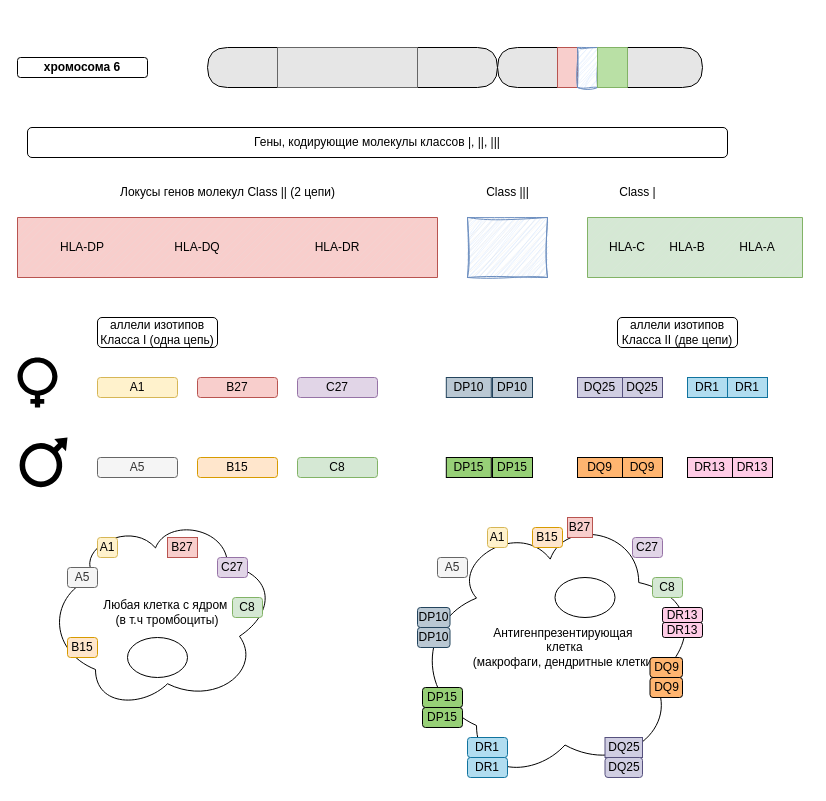
This is HLA-cells.drawio from lissa3/menubar, a draw.io file, before an edit. Source tidied: cells renumbered, new cells numbered last; positions are measured from the earlier drawing's top-left corner, leaving out a move shared by most shapes. Both pictures are drawn from the tidied source at 100%, with x=0, y=0 at pixel (17, 47).
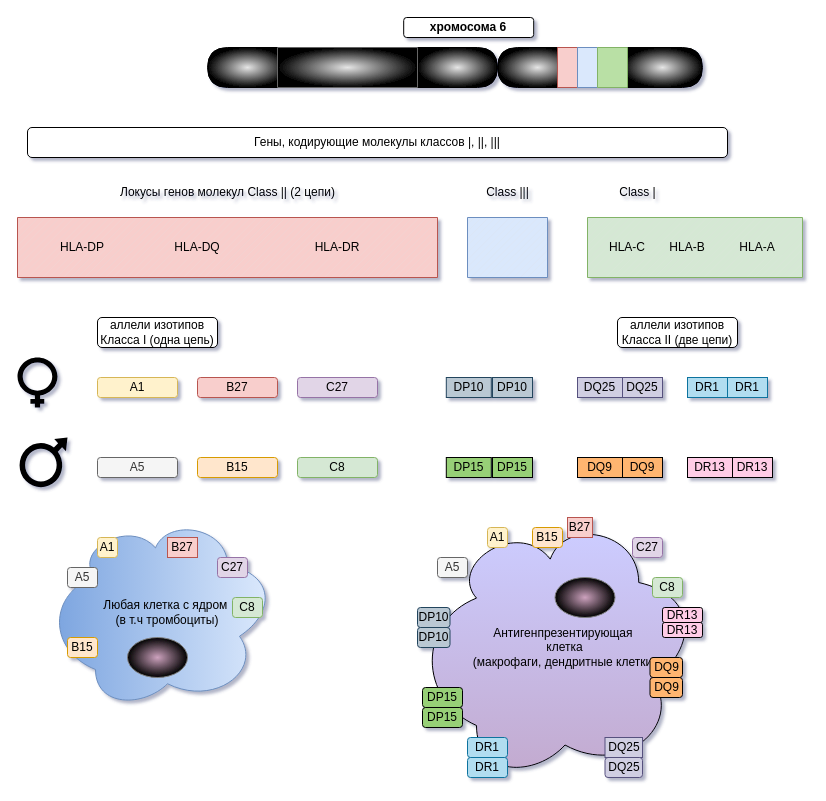
The same page after the edit.

Change to the diagram source:
```diff
@@
-<mxGraphModel>
+<mxGraphModel shadow="1">
@@
-    <mxCell id="3" style="verticalLabelPosition=bottom;verticalAlign=top;html=1;shape=mxgraph.basic.patternFillRect;fillStyle=diag;step=5;fillStrokeWidth=0.2;fillStrokeColor=#dddddd;fillColor=#dae8fc;strokeColor=#6c8ebf;gradientColor=none;sketch=1;curveFitting=1;jiggle=2;" parent="1" vertex="1">
+    <mxCell id="3" style="verticalLabelPosition=bottom;verticalAlign=top;html=1;shape=mxgraph.basic.patternFillRect;fillStyle=diag;step=5;fillStrokeWidth=0.2;fillStrokeColor=#dddddd;fillColor=#dae8fc;strokeColor=#6c8ebf;gradientColor=none;" parent="1" vertex="1">
       <mxGeometry x="450" y="170" width="80" height="60" as="geometry" />
     </mxCell>
@@
-    <mxCell id="15" style="shape=delay;whiteSpace=wrap;html=1;fillColor=#E6E6E6;" parent="1" vertex="1">
+    <mxCell id="15" style="shape=delay;whiteSpace=wrap;html=1;fillColor=#E6E6E6;gradientColor=default;gradientDirection=radial;" parent="1" vertex="1">
       <mxGeometry x="400" width="80" height="40" as="geometry" />
     </mxCell>
-    <mxCell id="16" style="shape=delay;whiteSpace=wrap;html=1;direction=west;fillColor=#E6E6E6;" parent="1" vertex="1">
+    <mxCell id="16" style="shape=delay;whiteSpace=wrap;html=1;direction=west;fillColor=#E6E6E6;gradientColor=default;gradientDirection=radial;" parent="1" vertex="1">
       <mxGeometry x="190" width="80" height="40" as="geometry" />
     </mxCell>
-    <mxCell id="17" style="verticalLabelPosition=bottom;verticalAlign=top;html=1;shape=mxgraph.basic.rect;fillColor2=none;strokeWidth=1;size=20;indent=5;fillColor=#E6E6E6;gradientColor=none;strokeColor=#666666;" parent="1" vertex="1">
+    <mxCell id="17" style="verticalLabelPosition=bottom;verticalAlign=top;html=1;shape=mxgraph.basic.rect;fillColor2=none;strokeWidth=1;size=20;indent=5;fillColor=#E6E6E6;gradientColor=default;strokeColor=#666666;gradientDirection=radial;" parent="1" vertex="1">
       <mxGeometry x="260" width="140" height="40" as="geometry" />
     </mxCell>
-    <mxCell id="18" style="shape=delay;whiteSpace=wrap;html=1;fillColor=#E6E6E6;" parent="1" vertex="1">
+    <mxCell id="18" style="shape=delay;whiteSpace=wrap;html=1;fillColor=#E6E6E6;gradientColor=default;gradientDirection=radial;" parent="1" vertex="1">
       <mxGeometry x="605" width="80" height="40" as="geometry" />
     </mxCell>
-    <mxCell id="19" style="shape=delay;whiteSpace=wrap;html=1;direction=west;fillColor=#E6E6E6;" parent="1" vertex="1">
+    <mxCell id="19" style="shape=delay;whiteSpace=wrap;html=1;direction=west;fillColor=#E6E6E6;gradientColor=default;gradientDirection=radial;" parent="1" vertex="1">
       <mxGeometry x="480" width="80" height="40" as="geometry" />
     </mxCell>
@@
-    <mxCell id="21" style="verticalLabelPosition=bottom;verticalAlign=top;html=1;shape=mxgraph.basic.rect;fillColor2=none;strokeWidth=1;size=20;indent=5;fillColor=#dae8fc;strokeColor=#6c8ebf;gradientColor=none;sketch=1;curveFitting=1;jiggle=2;" parent="1" vertex="1">
+    <mxCell id="21" style="verticalLabelPosition=bottom;verticalAlign=top;html=1;shape=mxgraph.basic.rect;fillColor2=none;strokeWidth=1;size=20;indent=5;fillColor=#dae8fc;strokeColor=#6c8ebf;gradientColor=none;" parent="1" vertex="1">
       <mxGeometry x="560" width="20" height="40" as="geometry" />
     </mxCell>
@@
-    <mxCell id="45" value="Любая клетка с ядром&amp;nbsp;&lt;div&gt;(в т.ч тромбоциты)&lt;/div&gt;" style="ellipse;shape=cloud;whiteSpace=wrap;html=1;direction=south;" parent="1" vertex="1">
+    <mxCell id="45" value="Любая клетка с ядром&amp;nbsp;&lt;div&gt;(в т.ч тромбоциты)&lt;/div&gt;" style="ellipse;shape=cloud;whiteSpace=wrap;html=1;direction=south;fillColor=#dae8fc;gradientColor=#7ea6e0;strokeColor=#6c8ebf;" parent="1" vertex="1">
       <mxGeometry x="30" y="470" width="240" height="190" as="geometry" />
     </mxCell>
     <mxCell id="46" value="&lt;b&gt;хромосома 6&lt;/b&gt;" style="whiteSpace=wrap;html=1;rounded=1;" parent="1" vertex="1">
-      <mxGeometry y="10" width="130" height="20" as="geometry" />
+      <mxGeometry x="386.2" y="-30" width="130" height="20" as="geometry" />
     </mxCell>
@@
-    <mxCell id="48" style="ellipse;whiteSpace=wrap;html=1;" parent="1" vertex="1">
+    <mxCell id="48" style="ellipse;whiteSpace=wrap;html=1;strokeColor=#808080;fillColor=#CDA2BE;gradientColor=default;gradientDirection=radial;" parent="1" vertex="1">
       <mxGeometry x="110" y="590" width="60" height="40" as="geometry" />
     </mxCell>
@@
-    <mxCell id="55" value="Антигенпрезентирующая&amp;nbsp;&lt;div&gt;клетка&lt;/div&gt;&lt;div&gt;(макрофаги, дендритные клетки)&lt;/div&gt;" style="ellipse;shape=cloud;whiteSpace=wrap;html=1;direction=south;" parent="1" vertex="1">
+    <mxCell id="55" value="Антигенпрезентирующая&amp;nbsp;&lt;div&gt;клетка&lt;/div&gt;&lt;div&gt;(макрофаги, дендритные клетки)&lt;/div&gt;" style="ellipse;shape=cloud;whiteSpace=wrap;html=1;direction=south;fillColor=#CCCCFF;gradientColor=#C3ABD0;gradientDirection=east;" parent="1" vertex="1">
       <mxGeometry x="400" y="470" width="295" height="260" as="geometry" />
     </mxCell>
-    <mxCell id="56" style="ellipse;whiteSpace=wrap;html=1;" parent="1" vertex="1">
+    <mxCell id="56" style="ellipse;whiteSpace=wrap;html=1;strokeColor=#808080;fillColor=#CDA2BE;gradientColor=default;gradientDirection=radial;" parent="1" vertex="1">
       <mxGeometry x="537.5" y="530" width="60" height="40" as="geometry" />
     </mxCell>
```
